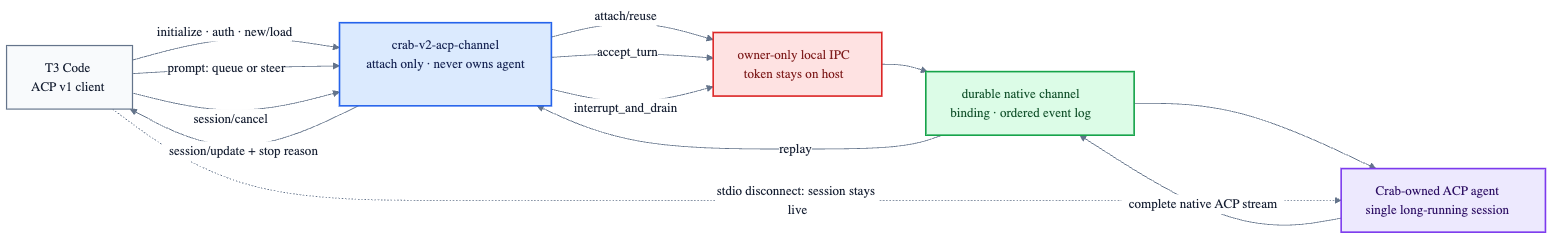
Before: v2/docs/acp-channel-facade-flow.png, a diagram exported from Mermaid (fontanierh/crab). Its source is kept beside it as v2/docs/acp-channel-facade-flow.mmd.
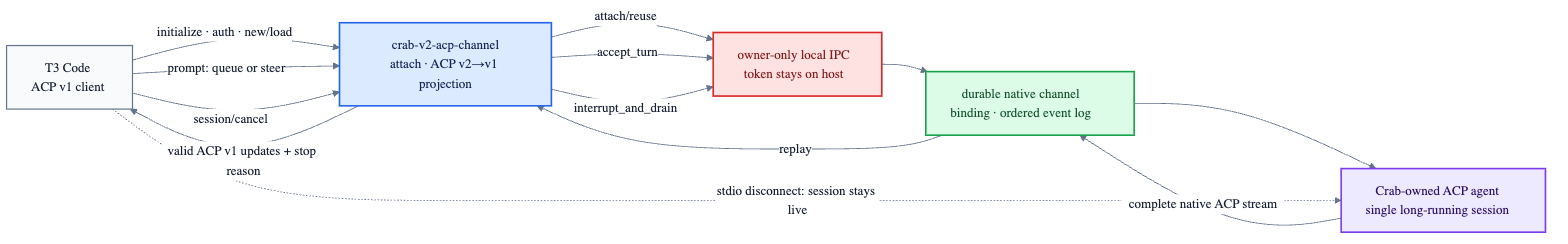
Above is the later version.

Commit message:
fix(v2): project ACP updates through v1 facade (#264)

Diff of the diagram source:
```diff
@@ -1,7 +1,7 @@
 %%{init: {"theme": "base", "themeVariables": {"fontFamily": "ui-sans-serif, system-ui, sans-serif", "primaryTextColor": "#172033", "lineColor": "#64748b", "edgeLabelBackground": "#ffffff"}, "flowchart": {"curve": "basis", "nodeSpacing": 42, "rankSpacing": 54}}}%%
 flowchart LR
     T3["T3 Code<br/>ACP v1 client"]
-    FACADE["crab-v2-acp-channel<br/>attach only · never owns agent"]
+    FACADE["crab-v2-acp-channel<br/>attach · ACP v2→v1 projection"]
     IPC["owner-only local IPC<br/>token stays on host"]
     CHANNEL["durable native channel<br/>binding · ordered event log"]
     AGENT["Crab-owned ACP agent<br/>single long-running session"]
@@ -13,7 +13,7 @@
     FACADE -->|"accept_turn"| IPC
     AGENT -->|"complete native ACP stream"| CHANNEL
     CHANNEL -->|"replay"| FACADE
-    FACADE -->|"session/update + stop reason"| T3
+    FACADE -->|"valid ACP v1 updates + stop reason"| T3
     T3 -->|"session/cancel"| FACADE
     FACADE -->|"interrupt_and_drain"| IPC
     T3 -. "stdio disconnect: session stays live" .-> AGENT
```
